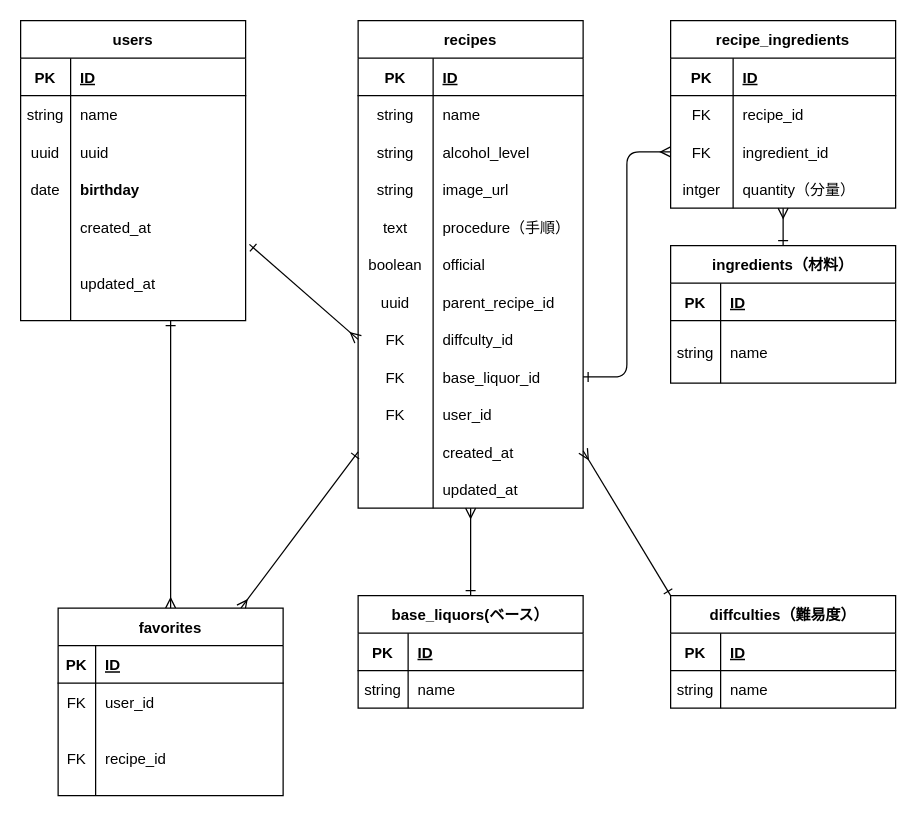
This is er_diagram/ER.dio from kai4947928/cocktail-suggestion-app, a draw.io file, before an edit. Source tidied: cells renumbered, new cells numbered last; positions are measured from the earlier drawing's top-left corner, leaving out a move shared by most shapes. Both pictures are drawn from the tidied source at 125%, with x=0, y=0 at pixel (20, 20).
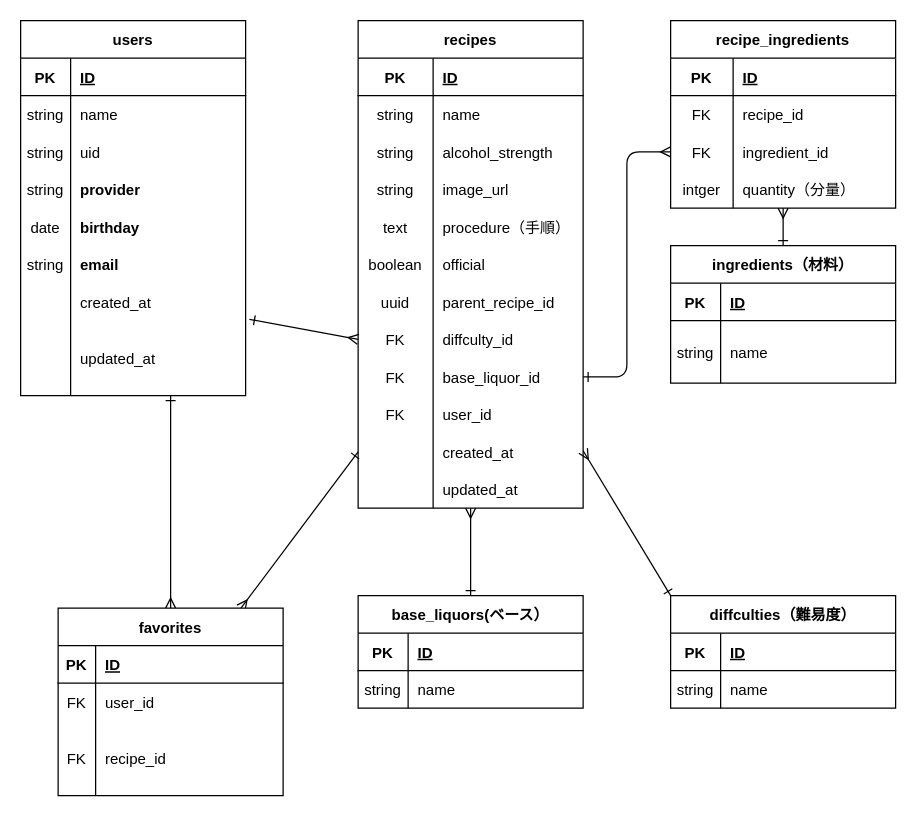
The same diagram, later.

Commit message:
userテーブルにproviderカラムとuidカラムemailカラムの追加・alcohol_level→alcohol_strengthに変更

Unchanged cells that the change refers to:
```xml
<mxCell id="9" style="shape=tableRow;horizontal=0;startSize=0;swimlaneHead=0;swimlaneBody=0;fillColor=none;top=0;left=0;right=0;bottom=0;" parent="2" vertex="1">
  <mxGeometry y="90" width="180" height="30" as="geometry" />
</mxCell>
<mxCell id="37" value="favorites" style="shape=table;startSize=30;childLayout=tableLayout;rowLines=0;fontStyle=1;align=center;" parent="1" vertex="1">
  <mxGeometry x="30" y="470" width="180" height="150" as="geometry" />
</mxCell>
<mxCell id="77" style="shape=tableRow;horizontal=0;startSize=0;swimlaneHead=0;swimlaneBody=0;fillColor=none;top=0;left=0;right=0;bottom=0;" parent="70" vertex="1">
  <mxGeometry y="90" width="180" height="30" as="geometry" />
</mxCell>
```

The edit, as a diff of the source:
```diff
@@
     <mxCell id="2" value="users" style="shape=table;startSize=30;childLayout=tableLayout;rowLines=0;fontStyle=1;align=center;" parent="1" vertex="1">
-      <mxGeometry width="180" height="240" as="geometry" />
+      <mxGeometry width="180" height="300" as="geometry" />
     </mxCell>
@@
-    <mxCell id="10" value="uuid" style="shape=partialRectangle;fillColor=none;top=0;left=0;bottom=0;right=0;overflow=hidden;" parent="9" vertex="1">
+    <mxCell id="10" value="string" style="shape=partialRectangle;fillColor=none;top=0;left=0;bottom=0;right=0;overflow=hidden;" parent="9" vertex="1">
       <mxGeometry width="40" height="30" as="geometry" />
     </mxCell>
-    <mxCell id="11" value="uuid" style="shape=partialRectangle;fillColor=none;top=0;left=0;bottom=0;right=0;align=left;spacingLeft=6;overflow=hidden;" parent="9" vertex="1">
+    <mxCell id="11" value="uid" style="shape=partialRectangle;fillColor=none;top=0;left=0;bottom=0;right=0;align=left;spacingLeft=6;overflow=hidden;" parent="9" vertex="1">
       <mxGeometry x="40" width="140" height="30" as="geometry" />
     </mxCell>
+    <mxCell id="109" style="shape=tableRow;horizontal=0;startSize=0;swimlaneHead=0;swimlaneBody=0;fillColor=none;top=0;left=0;right=0;bottom=0;" parent="2" vertex="1">
+      <mxGeometry y="120" width="180" height="30" as="geometry" />
+    </mxCell>
+    <mxCell id="110" value="string" style="shape=partialRectangle;fillColor=none;top=0;left=0;bottom=0;right=0;overflow=hidden;" parent="109" vertex="1">
+      <mxGeometry width="40" height="30" as="geometry" />
+    </mxCell>
+    <mxCell id="111" value="provider" style="shape=partialRectangle;fillColor=none;top=0;left=0;bottom=0;right=0;align=left;spacingLeft=6;overflow=hidden;fontStyle=1;" parent="109" vertex="1">
+      <mxGeometry x="40" width="140" height="30" as="geometry" />
+    </mxCell>
     <mxCell id="12" style="shape=tableRow;horizontal=0;startSize=0;swimlaneHead=0;swimlaneBody=0;fillColor=none;top=0;left=0;right=0;bottom=0;" parent="2" vertex="1">
-      <mxGeometry y="120" width="180" height="30" as="geometry" />
+      <mxGeometry y="150" width="180" height="30" as="geometry" />
     </mxCell>
@@
+    <mxCell id="112" style="shape=tableRow;horizontal=0;startSize=0;swimlaneHead=0;swimlaneBody=0;fillColor=none;top=0;left=0;right=0;bottom=0;" parent="2" vertex="1">
+      <mxGeometry y="180" width="180" height="30" as="geometry" />
+    </mxCell>
+    <mxCell id="113" value="string" style="shape=partialRectangle;fillColor=none;top=0;left=0;bottom=0;right=0;overflow=hidden;" parent="112" vertex="1">
+      <mxGeometry width="40" height="30" as="geometry" />
+    </mxCell>
+    <mxCell id="114" value="email" style="shape=partialRectangle;fillColor=none;top=0;left=0;bottom=0;right=0;align=left;spacingLeft=6;overflow=hidden;fontStyle=1;" parent="112" vertex="1">
+      <mxGeometry x="40" width="140" height="30" as="geometry" />
+    </mxCell>
     <mxCell id="15" style="shape=tableRow;horizontal=0;startSize=0;swimlaneHead=0;swimlaneBody=0;fillColor=none;points=[[0,0.5],[1,0.5]];portConstraint=eastwest;top=0;left=0;right=0;bottom=0;" parent="2" vertex="1">
-      <mxGeometry y="150" width="180" height="30" as="geometry" />
+      <mxGeometry y="210" width="180" height="30" as="geometry" />
     </mxCell>
@@
     <mxCell id="18" style="shape=tableRow;horizontal=0;startSize=0;swimlaneHead=0;swimlaneBody=0;fillColor=none;top=0;left=0;right=0;bottom=0;" parent="2" vertex="1">
-      <mxGeometry y="180" width="180" height="60" as="geometry" />
+      <mxGeometry y="240" width="180" height="60" as="geometry" />
     </mxCell>
@@
     <mxCell id="35" style="html=1;startArrow=ERmany;startFill=0;endArrow=ERone;endFill=0;elbow=vertical;" parent="1" edge="1" source="37">
       <mxGeometry relative="1" as="geometry">
-        <mxPoint x="120" y="240" as="targetPoint" />
+        <mxPoint x="120" y="300" as="targetPoint" />
       </mxGeometry>
     </mxCell>
@@
-    <mxCell id="79" value="alcohol_level" style="shape=partialRectangle;fillColor=none;top=0;left=0;bottom=0;right=0;align=left;spacingLeft=6;overflow=hidden;" parent="77" vertex="1">
+    <mxCell id="79" value="alcohol_strength" style="shape=partialRectangle;fillColor=none;top=0;left=0;bottom=0;right=0;align=left;spacingLeft=6;overflow=hidden;" parent="77" vertex="1">
       <mxGeometry x="60" width="120" height="30" as="geometry" />
     </mxCell>
```
